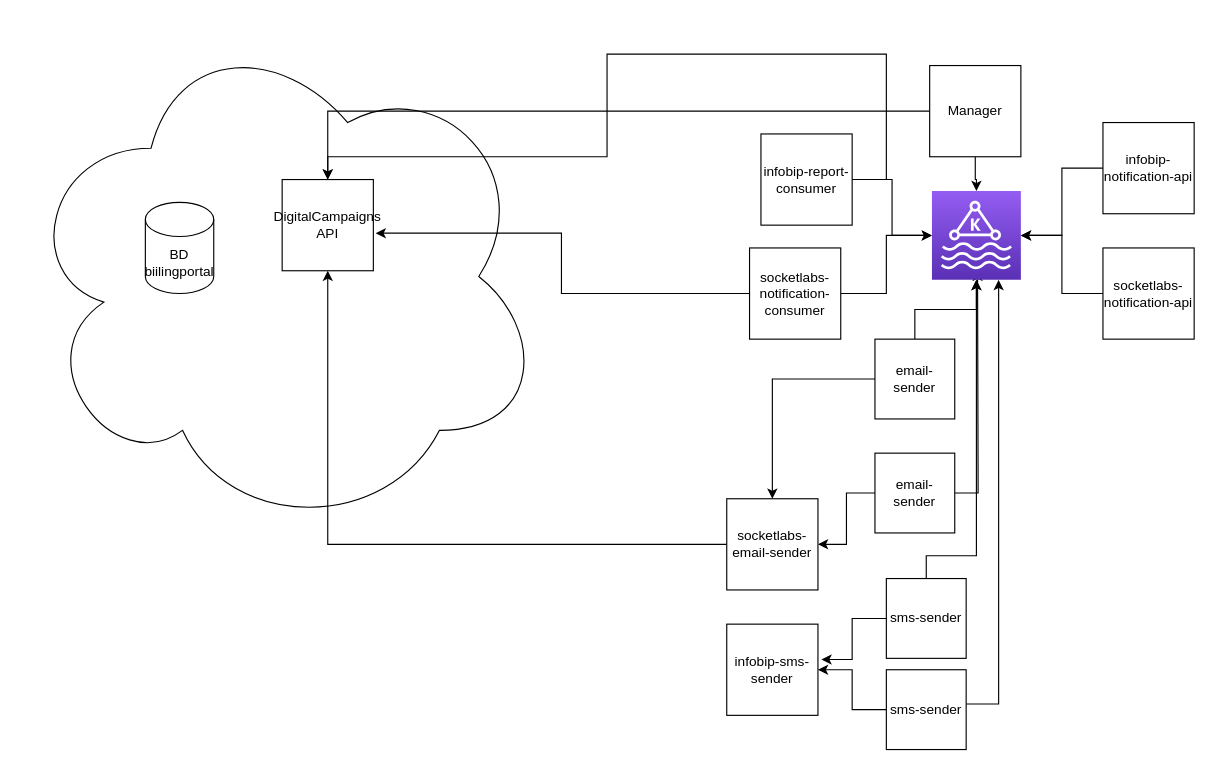
caio-bueno/draws-valid keeps this draw.io diagram as Spring Security.drawio. Above is the earlier version. Source tidied: cells renumbered, new cells numbered last; positions are measured from the earlier drawing's top-left corner, leaving out a move shared by most shapes. Both pictures are drawn from the tidied source at 114%, with x=0, y=0 at pixel (19, 19).
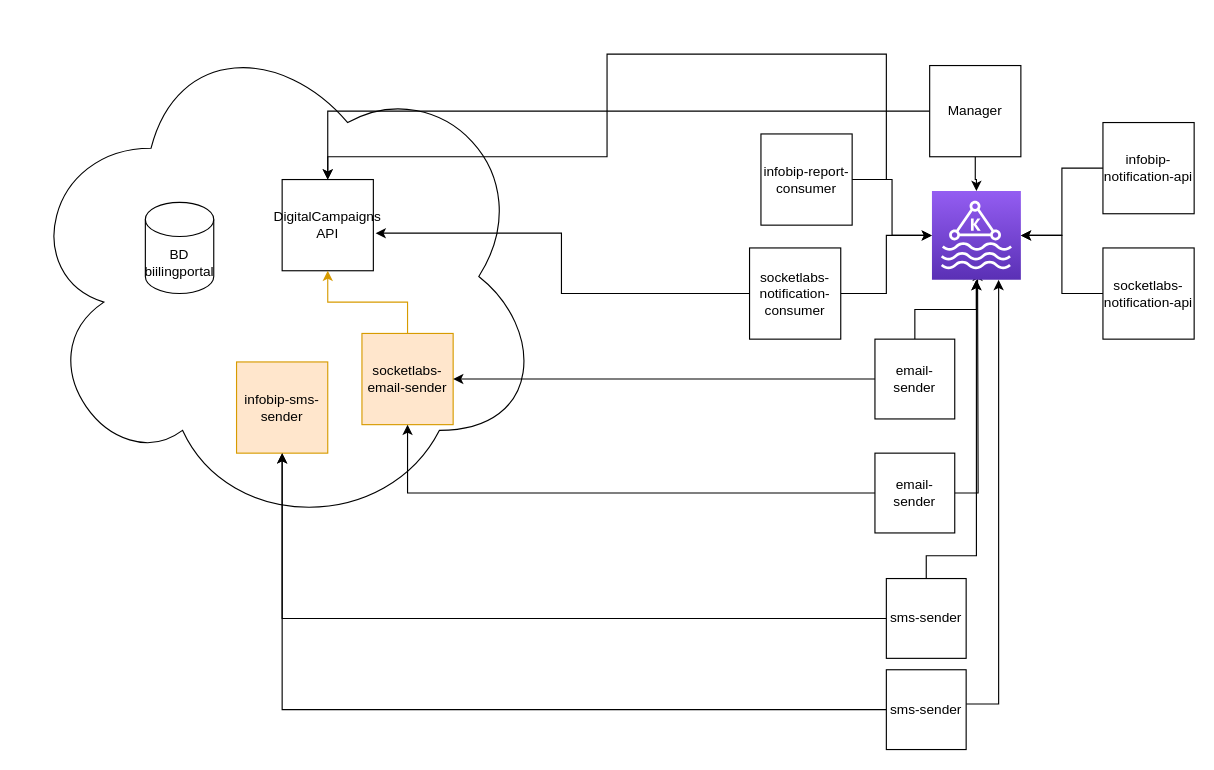
Above is the later version.

Unchanged cells that the change refers to:
```xml
<mxCell id="3" value="DigitalCampaigns API" style="whiteSpace=wrap;html=1;" parent="1" vertex="1">
  <mxGeometry x="230" y="140" width="80" height="80" as="geometry" />
</mxCell>
<mxCell id="26" value="sms-sender" style="whiteSpace=wrap;html=1;" parent="1" vertex="1">
  <mxGeometry x="760" y="490" width="70" height="70" as="geometry" />
</mxCell>
```

The edit, as a diff of the source:
```diff
@@
-    <mxCell id="14" value="infobip-sms-sender" style="whiteSpace=wrap;html=1;" parent="1" vertex="1">
-      <mxGeometry x="620" y="530" width="80" height="80" as="geometry" />
+    <mxCell id="14" value="infobip-sms-sender" style="whiteSpace=wrap;html=1;fillColor=#ffe6cc;strokeColor=#d79b00;" parent="1" vertex="1">
+      <mxGeometry x="190" y="300" width="80" height="80" as="geometry" />
     </mxCell>
-    <mxCell id="15" style="edgeStyle=orthogonalEdgeStyle;rounded=0;jettySize=auto;html=1;" parent="1" edge="1" source="16" target="3">
+    <mxCell id="15" style="edgeStyle=orthogonalEdgeStyle;rounded=0;jettySize=auto;html=1;fillColor=#ffe6cc;strokeColor=#d79b00;" parent="1" edge="1" source="16" target="3">
       <mxGeometry relative="1" as="geometry" />
     </mxCell>
-    <mxCell id="16" value="socketlabs-email-sender" style="whiteSpace=wrap;html=1;" parent="1" vertex="1">
-      <mxGeometry x="620" y="420" width="80" height="80" as="geometry" />
+    <mxCell id="16" value="socketlabs-email-sender" style="whiteSpace=wrap;html=1;fillColor=#ffe6cc;strokeColor=#d79b00;" parent="1" vertex="1">
+      <mxGeometry x="300" y="275" width="80" height="80" as="geometry" />
     </mxCell>
@@
-    <mxCell id="25" style="edgeStyle=orthogonalEdgeStyle;rounded=0;jettySize=auto;html=1;entryX=1.038;entryY=0.388;entryDx=0;entryDy=0;entryPerimeter=0;" parent="1" edge="1" source="26" target="14">
+    <mxCell id="25" style="edgeStyle=orthogonalEdgeStyle;rounded=0;jettySize=auto;html=1;" parent="1" edge="1" source="26" target="14">
       <mxGeometry relative="1" as="geometry" />
     </mxCell>
```
